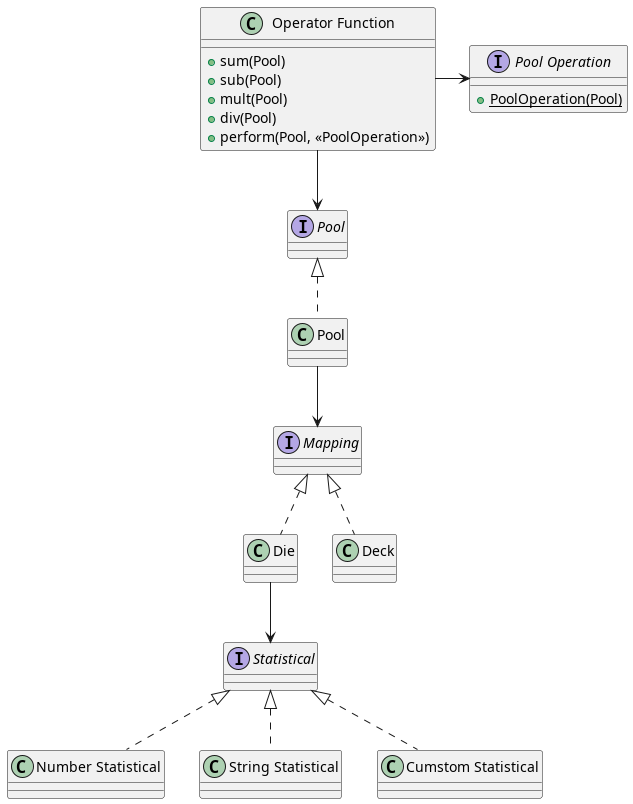
The PlantUML diagram docs/System.png in daplhall/dicechanics, before a commit.
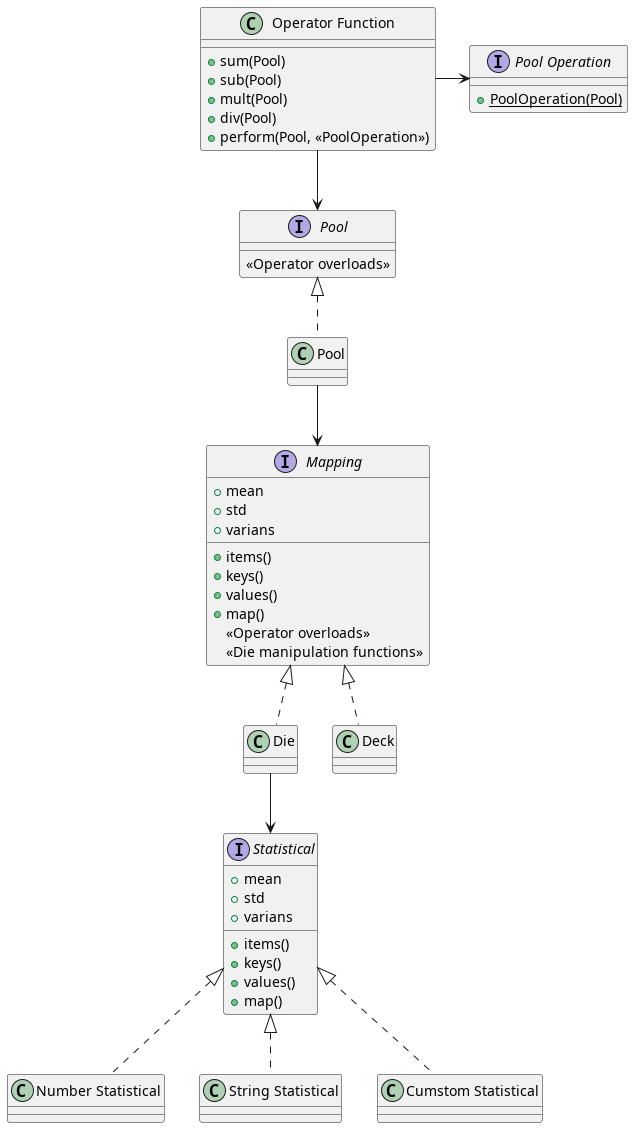
The same file after the commit.

What changed in the source:
```diff
@@ -13,9 +13,29 @@
 class "Number Statistical" as numstat
 class "String Statistical" as strstat
 class "Cumstom Statistical" as customstat
-interface "Pool" as pool
-interface "Mapping" as mappping
-interface Statistical
+interface "Pool" as pool {
+    {method}<<Operator overloads>>
+}
+interface "Mapping" as mappping{
+    + items()
+    + keys()
+    + values()
+    + map()
+    {method}<<Operator overloads>>
+    {method}<<Die manipulation functions>>
+    + mean
+    + std
+    + varians
+}
+interface Statistical{
+    + items()
+    + keys()
+    + values()
+    + map()
+    + mean
+    + std
+    + varians
+}
 interface "Pool Operation" as poolops{
     + {static} PoolOperation(Pool)
 }
```
